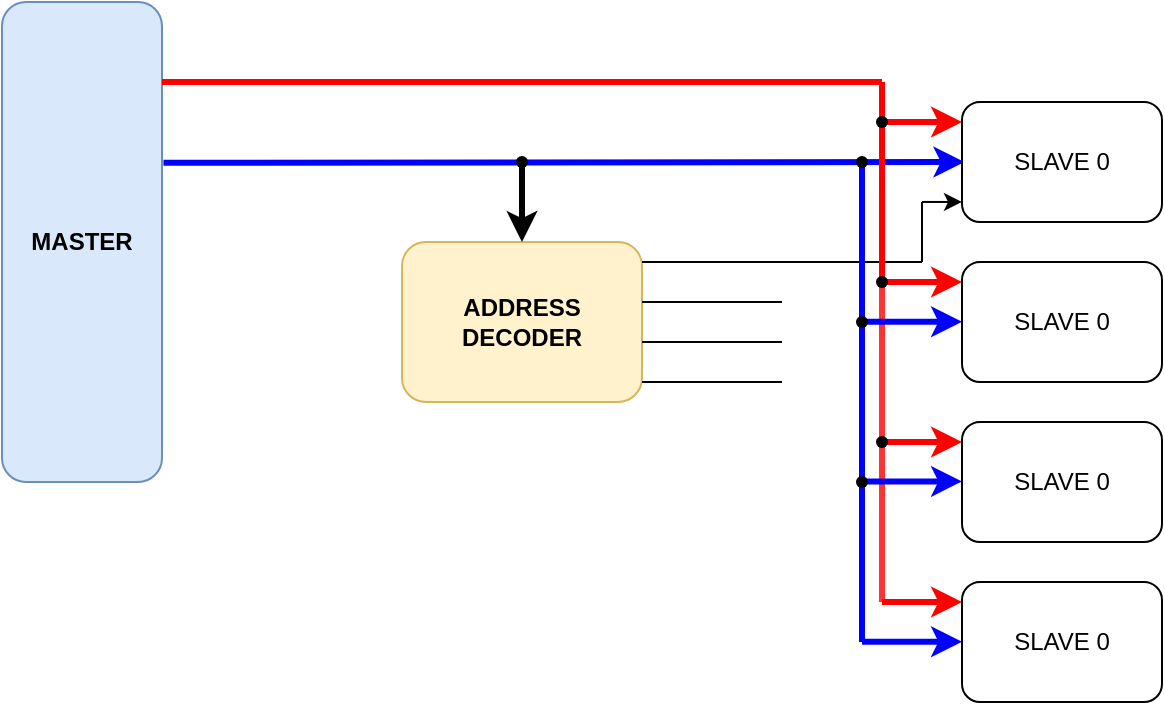
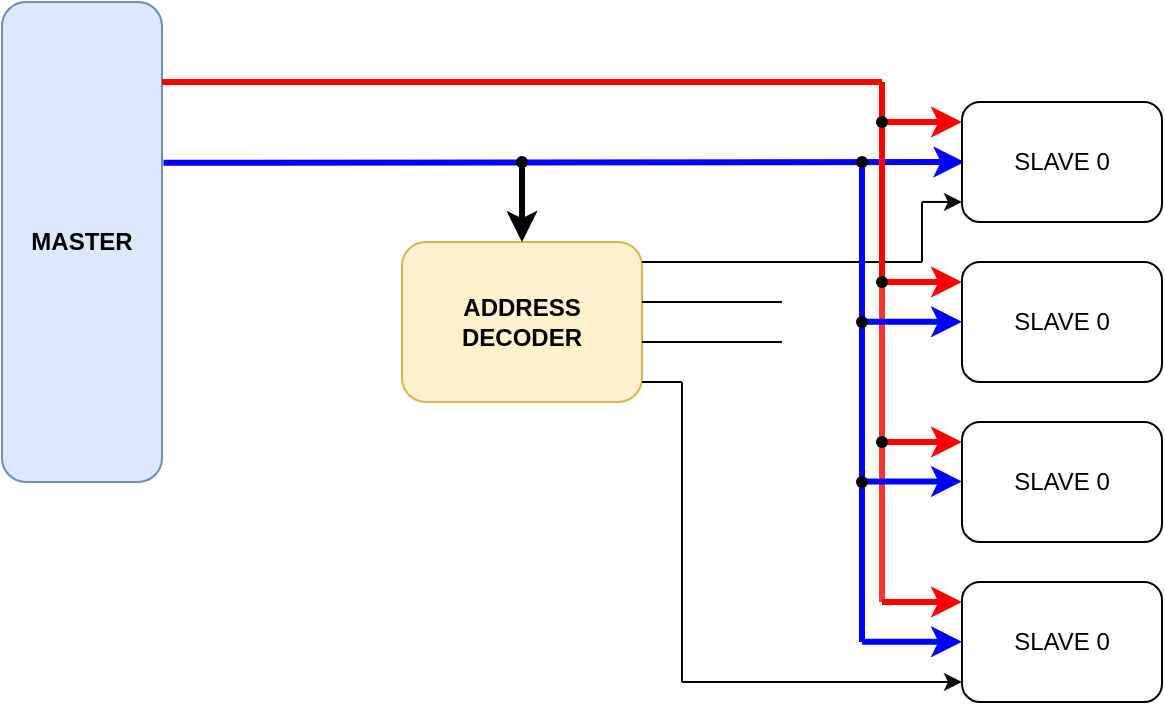
<mxfile host="app.diagrams.net" agent="Mozilla/5.0 (Windows NT 10.0; Win64; x64) AppleWebKit/537.36 (KHTML, like Gecko) Chrome/144.0.0.0 Safari/537.36 Edg/144.0.0.0" pages="4">
  <diagram id="00dOMP4ly3Yvcw6Omt_P" name="AHB Block Diagram">
-     <mxGraphModel dx="212" dy="307" grid="1" gridSize="10" guides="1" tooltips="1" connect="1" arrows="1" fold="1" page="1" pageScale="1" pageWidth="850" pageHeight="1100" math="0" shadow="0">
+     <mxGraphModel dx="255" dy="368" grid="1" gridSize="10" guides="1" tooltips="1" connect="1" arrows="1" fold="1" page="1" pageScale="1" pageWidth="850" pageHeight="1100" math="0" shadow="0">
      <root>
        <mxCell id="0" />
        <mxCell id="1" parent="0" />
        <mxCell id="WVtcaOnAu4kVJNJomXHp-1" parent="1" style="rounded=1;whiteSpace=wrap;html=1;fillColor=#dae8fc;strokeColor=#6c8ebf;" value="&lt;b&gt;MASTER&lt;/b&gt;" vertex="1">
          <mxGeometry height="240" width="80" x="80" y="160" as="geometry" />
        </mxCell>
        <mxCell id="WVtcaOnAu4kVJNJomXHp-3" parent="1" style="rounded=1;whiteSpace=wrap;html=1;fillColor=#fff2cc;strokeColor=#d6b656;" value="&lt;b&gt;ADDRESS DECODER&lt;/b&gt;" vertex="1">
          <mxGeometry height="80" width="120" x="280" y="280" as="geometry" />
        </mxCell>
        <mxCell id="WVtcaOnAu4kVJNJomXHp-4" edge="1" parent="1" source="WVtcaOnAu4kVJNJomXHp-1" style="endArrow=classic;html=1;rounded=0;exitX=1.009;exitY=0.335;exitDx=0;exitDy=0;exitPerimeter=0;strokeWidth=3;strokeColor=#0000FF;" value="">
          <mxGeometry height="50" relative="1" width="50" as="geometry">
            <mxPoint x="170" y="240" as="sourcePoint" />
            <mxPoint x="561.2" y="240" as="targetPoint" />
          </mxGeometry>
        </mxCell>
        <mxCell id="WVtcaOnAu4kVJNJomXHp-5" edge="1" parent="1" source="WVtcaOnAu4kVJNJomXHp-6" style="endArrow=classic;html=1;rounded=0;entryX=0.5;entryY=0;entryDx=0;entryDy=0;strokeWidth=3;" target="WVtcaOnAu4kVJNJomXHp-3" value="">
          <mxGeometry height="50" relative="1" width="50" as="geometry">
            <mxPoint x="340" y="240" as="sourcePoint" />
            <mxPoint x="390" y="190" as="targetPoint" />
          </mxGeometry>
        </mxCell>
        <mxCell id="WVtcaOnAu4kVJNJomXHp-6" parent="1" style="shape=waypoint;sketch=0;fillStyle=solid;size=6;pointerEvents=1;points=[];fillColor=none;resizable=0;rotatable=0;perimeter=centerPerimeter;snapToPoint=1;" value="" vertex="1">
          <mxGeometry height="20" width="20" x="330" y="230" as="geometry" />
        </mxCell>
        <mxCell id="WVtcaOnAu4kVJNJomXHp-7" parent="1" style="rounded=1;whiteSpace=wrap;html=1;" value="SLAVE 0" vertex="1">
          <mxGeometry height="60" width="100" x="560" y="210" as="geometry" />
        </mxCell>
        <mxCell id="WVtcaOnAu4kVJNJomXHp-8" parent="1" style="rounded=1;whiteSpace=wrap;html=1;" value="SLAVE 0" vertex="1">
          <mxGeometry height="60" width="100" x="560" y="290" as="geometry" />
        </mxCell>
        <mxCell id="WVtcaOnAu4kVJNJomXHp-9" parent="1" style="rounded=1;whiteSpace=wrap;html=1;" value="SLAVE 0" vertex="1">
          <mxGeometry height="60" width="100" x="560" y="370" as="geometry" />
        </mxCell>
        <mxCell id="WVtcaOnAu4kVJNJomXHp-10" parent="1" style="rounded=1;whiteSpace=wrap;html=1;" value="SLAVE 0" vertex="1">
          <mxGeometry height="60" width="100" x="560" y="450" as="geometry" />
        </mxCell>
        <mxCell id="WVtcaOnAu4kVJNJomXHp-11" edge="1" parent="1" source="WVtcaOnAu4kVJNJomXHp-3" style="endArrow=none;html=1;rounded=0;exitX=1;exitY=0.125;exitDx=0;exitDy=0;exitPerimeter=0;" value="">
          <mxGeometry height="50" relative="1" width="50" as="geometry">
            <mxPoint x="410" y="290" as="sourcePoint" />
            <mxPoint x="540" y="290" as="targetPoint" />
          </mxGeometry>
        </mxCell>
        <mxCell id="WVtcaOnAu4kVJNJomXHp-12" edge="1" parent="1" style="endArrow=none;html=1;rounded=0;" value="">
          <mxGeometry height="50" relative="1" width="50" as="geometry">
            <mxPoint x="540" y="290" as="sourcePoint" />
            <mxPoint x="540" y="260" as="targetPoint" />
          </mxGeometry>
        </mxCell>
        <mxCell id="WVtcaOnAu4kVJNJomXHp-13" edge="1" parent="1" style="endArrow=classic;html=1;rounded=0;entryX=0;entryY=0.833;entryDx=0;entryDy=0;entryPerimeter=0;" target="WVtcaOnAu4kVJNJomXHp-7" value="">
          <mxGeometry height="50" relative="1" width="50" as="geometry">
            <mxPoint x="540" y="259.98" as="sourcePoint" />
            <mxPoint x="540" y="260" as="targetPoint" />
          </mxGeometry>
        </mxCell>
        <mxCell id="WVtcaOnAu4kVJNJomXHp-18" edge="1" parent="1" style="endArrow=none;html=1;rounded=0;strokeWidth=3;strokeColor=#FF0000;" value="">
          <mxGeometry height="50" relative="1" width="50" as="geometry">
            <mxPoint x="160" y="200" as="sourcePoint" />
            <mxPoint x="520" y="200" as="targetPoint" />
          </mxGeometry>
        </mxCell>
        <mxCell id="WVtcaOnAu4kVJNJomXHp-19" edge="1" parent="1" source="WVtcaOnAu4kVJNJomXHp-25" style="endArrow=none;html=1;rounded=0;strokeWidth=3;strokeColor=#FF0000;" value="">
          <mxGeometry height="50" relative="1" width="50" as="geometry">
            <mxPoint x="520" y="380" as="sourcePoint" />
            <mxPoint x="520" y="200" as="targetPoint" />
          </mxGeometry>
        </mxCell>
        <mxCell id="WVtcaOnAu4kVJNJomXHp-20" edge="1" parent="1" style="endArrow=classic;html=1;rounded=0;entryX=0;entryY=0.167;entryDx=0;entryDy=0;entryPerimeter=0;strokeWidth=3;strokeColor=#FF0000;" target="WVtcaOnAu4kVJNJomXHp-7" value="">
          <mxGeometry height="50" relative="1" width="50" as="geometry">
            <mxPoint x="520" y="220" as="sourcePoint" />
            <mxPoint x="570" y="170" as="targetPoint" />
          </mxGeometry>
        </mxCell>
        <mxCell id="WVtcaOnAu4kVJNJomXHp-22" edge="1" parent="1" style="endArrow=classic;html=1;rounded=0;entryX=0;entryY=0.167;entryDx=0;entryDy=0;entryPerimeter=0;strokeWidth=3;strokeColor=#FF0000;" value="">
          <mxGeometry height="50" relative="1" width="50" as="geometry">
            <mxPoint x="520" y="300" as="sourcePoint" />
            <mxPoint x="560" y="300" as="targetPoint" />
          </mxGeometry>
        </mxCell>
        <mxCell id="WVtcaOnAu4kVJNJomXHp-23" parent="1" style="shape=waypoint;sketch=0;fillStyle=solid;size=6;pointerEvents=1;points=[];fillColor=none;resizable=0;rotatable=0;perimeter=centerPerimeter;snapToPoint=1;" value="" vertex="1">
          <mxGeometry height="20" width="20" x="510" y="210" as="geometry" />
        </mxCell>
        <mxCell id="WVtcaOnAu4kVJNJomXHp-24" edge="1" parent="1" style="endArrow=classic;html=1;rounded=0;entryX=0;entryY=0.167;entryDx=0;entryDy=0;entryPerimeter=0;strokeWidth=3;strokeColor=#FF0000;" value="">
          <mxGeometry height="50" relative="1" width="50" as="geometry">
            <mxPoint x="520" y="380" as="sourcePoint" />
            <mxPoint x="560" y="380" as="targetPoint" />
          </mxGeometry>
        </mxCell>
        <mxCell id="WVtcaOnAu4kVJNJomXHp-26" edge="1" parent="1" style="endArrow=none;html=1;rounded=0;strokeWidth=3;strokeColor=#FF3333;" target="WVtcaOnAu4kVJNJomXHp-25" value="">
          <mxGeometry height="50" relative="1" width="50" as="geometry">
            <mxPoint x="520" y="460" as="sourcePoint" />
            <mxPoint x="520" y="200" as="targetPoint" />
          </mxGeometry>
        </mxCell>
        <mxCell id="WVtcaOnAu4kVJNJomXHp-25" parent="1" style="shape=waypoint;sketch=0;fillStyle=solid;size=6;pointerEvents=1;points=[];fillColor=none;resizable=0;rotatable=0;perimeter=centerPerimeter;snapToPoint=1;" value="" vertex="1">
          <mxGeometry height="20" width="20" x="510" y="290" as="geometry" />
        </mxCell>
        <mxCell id="WVtcaOnAu4kVJNJomXHp-27" edge="1" parent="1" style="endArrow=none;html=1;rounded=0;strokeWidth=3;strokeColor=#0000FF;" target="WVtcaOnAu4kVJNJomXHp-30" value="">
          <mxGeometry height="50" relative="1" width="50" as="geometry">
            <mxPoint x="510" y="480" as="sourcePoint" />
            <mxPoint x="510" y="240" as="targetPoint" />
          </mxGeometry>
        </mxCell>
        <mxCell id="WVtcaOnAu4kVJNJomXHp-28" edge="1" parent="1" style="endArrow=classic;html=1;rounded=0;entryX=0;entryY=0.167;entryDx=0;entryDy=0;entryPerimeter=0;strokeWidth=3;strokeColor=#0000FF;" value="">
          <mxGeometry height="50" relative="1" width="50" as="geometry">
            <mxPoint x="510" y="399.72" as="sourcePoint" />
            <mxPoint x="560" y="399.72" as="targetPoint" />
          </mxGeometry>
        </mxCell>
        <mxCell id="WVtcaOnAu4kVJNJomXHp-29" edge="1" parent="1" style="endArrow=classic;html=1;rounded=0;entryX=0;entryY=0.167;entryDx=0;entryDy=0;entryPerimeter=0;strokeWidth=3;strokeColor=#0000FF;" value="">
          <mxGeometry height="50" relative="1" width="50" as="geometry">
            <mxPoint x="510" y="319.86" as="sourcePoint" />
            <mxPoint x="560" y="319.86" as="targetPoint" />
          </mxGeometry>
        </mxCell>
        <mxCell id="WVtcaOnAu4kVJNJomXHp-30" parent="1" style="shape=waypoint;sketch=0;fillStyle=solid;size=6;pointerEvents=1;points=[];fillColor=none;resizable=0;rotatable=0;perimeter=centerPerimeter;snapToPoint=1;" value="" vertex="1">
          <mxGeometry height="20" width="20" x="500.0000000000001" y="230" as="geometry" />
        </mxCell>
        <mxCell id="WVtcaOnAu4kVJNJomXHp-31" parent="1" style="shape=waypoint;sketch=0;fillStyle=solid;size=6;pointerEvents=1;points=[];fillColor=none;resizable=0;rotatable=0;perimeter=centerPerimeter;snapToPoint=1;" value="" vertex="1">
          <mxGeometry height="20" width="20" x="500" y="310" as="geometry" />
        </mxCell>
        <mxCell id="WVtcaOnAu4kVJNJomXHp-32" edge="1" parent="1" style="endArrow=classic;html=1;rounded=0;entryX=0;entryY=0.167;entryDx=0;entryDy=0;entryPerimeter=0;strokeWidth=3;strokeColor=#FF0000;" value="">
          <mxGeometry height="50" relative="1" width="50" as="geometry">
            <mxPoint x="520" y="460" as="sourcePoint" />
            <mxPoint x="560" y="460" as="targetPoint" />
          </mxGeometry>
        </mxCell>
        <mxCell id="WVtcaOnAu4kVJNJomXHp-33" edge="1" parent="1" style="endArrow=classic;html=1;rounded=0;entryX=0;entryY=0.167;entryDx=0;entryDy=0;entryPerimeter=0;strokeWidth=3;strokeColor=#0000FF;" value="">
          <mxGeometry height="50" relative="1" width="50" as="geometry">
            <mxPoint x="510" y="479.88" as="sourcePoint" />
            <mxPoint x="560" y="479.88" as="targetPoint" />
          </mxGeometry>
        </mxCell>
        <mxCell id="WVtcaOnAu4kVJNJomXHp-34" parent="1" style="shape=waypoint;sketch=0;fillStyle=solid;size=6;pointerEvents=1;points=[];fillColor=none;resizable=0;rotatable=0;perimeter=centerPerimeter;snapToPoint=1;" value="" vertex="1">
          <mxGeometry height="20" width="20" x="510" y="370" as="geometry" />
        </mxCell>
        <mxCell id="WVtcaOnAu4kVJNJomXHp-35" parent="1" style="shape=waypoint;sketch=0;fillStyle=solid;size=6;pointerEvents=1;points=[];fillColor=none;resizable=0;rotatable=0;perimeter=centerPerimeter;snapToPoint=1;" value="" vertex="1">
          <mxGeometry height="20" width="20" x="500" y="390" as="geometry" />
        </mxCell>
        <mxCell id="WVtcaOnAu4kVJNJomXHp-38" edge="1" parent="1" style="endArrow=none;html=1;rounded=0;" value="">
          <mxGeometry height="50" relative="1" width="50" as="geometry">
            <mxPoint x="400" y="310" as="sourcePoint" />
            <mxPoint x="470" y="310" as="targetPoint" />
          </mxGeometry>
        </mxCell>
        <mxCell id="WVtcaOnAu4kVJNJomXHp-39" edge="1" parent="1" style="endArrow=none;html=1;rounded=0;" value="">
          <mxGeometry height="50" relative="1" width="50" as="geometry">
            <mxPoint x="400" y="330" as="sourcePoint" />
            <mxPoint x="470" y="330" as="targetPoint" />
          </mxGeometry>
        </mxCell>
        <mxCell id="WVtcaOnAu4kVJNJomXHp-40" edge="1" parent="1" style="endArrow=none;html=1;rounded=0;" value="">
          <mxGeometry height="50" relative="1" width="50" as="geometry">
            <mxPoint x="400" y="350" as="sourcePoint" />
-             <mxPoint x="470" y="350" as="targetPoint" />
+             <mxPoint x="420" y="350" as="targetPoint" />
+           </mxGeometry>
+         </mxCell>
+         <mxCell id="WVtcaOnAu4kVJNJomXHp-41" edge="1" parent="1" style="endArrow=none;html=1;rounded=0;" value="">
+           <mxGeometry height="50" relative="1" width="50" as="geometry">
+             <mxPoint x="420" y="500" as="sourcePoint" />
+             <mxPoint x="420" y="350" as="targetPoint" />
+           </mxGeometry>
+         </mxCell>
+         <mxCell id="WVtcaOnAu4kVJNJomXHp-42" edge="1" parent="1" style="endArrow=classic;html=1;rounded=0;entryX=0;entryY=0.833;entryDx=0;entryDy=0;entryPerimeter=0;" target="WVtcaOnAu4kVJNJomXHp-10" value="">
+           <mxGeometry height="50" relative="1" width="50" as="geometry">
+             <mxPoint x="420" y="500" as="sourcePoint" />
+             <mxPoint x="470" y="450" as="targetPoint" />
          </mxGeometry>
        </mxCell>
      </root>
    </mxGraphModel>
  </diagram>
  <diagram name="AHB Interface" id="AxdGKtdG9Rmgfqjtrl1U">
    <mxGraphModel dx="2046" dy="1106" grid="1" gridSize="10" guides="1" tooltips="1" connect="1" arrows="1" fold="1" page="1" pageScale="1" pageWidth="850" pageHeight="1100" math="0" shadow="0">
      <root>
        <mxCell id="0" />
        <mxCell id="1" parent="0" />
        <mxCell id="BZ9neWvH9tw47nREzwFn-1" parent="1" style="rounded=0;whiteSpace=wrap;html=1;" value="&lt;font style=&quot;font-size: 16px;&quot;&gt;&lt;b&gt;Manager&lt;/b&gt;&lt;/font&gt;" vertex="1">
          <mxGeometry height="200" width="120" x="400" y="80" as="geometry" />
        </mxCell>
        <mxCell id="BZ9neWvH9tw47nREzwFn-2" edge="1" parent="1" style="endArrow=classic;html=1;rounded=0;" value="">
          <mxGeometry height="50" relative="1" width="50" as="geometry">
            <mxPoint x="360" y="100" as="sourcePoint" />
            <mxPoint x="400" y="100" as="targetPoint" />
          </mxGeometry>
        </mxCell>
        <mxCell id="BZ9neWvH9tw47nREzwFn-3" edge="1" parent="1" style="endArrow=classic;html=1;rounded=0;" value="">
          <mxGeometry height="50" relative="1" width="50" as="geometry">
            <mxPoint x="360" y="120" as="sourcePoint" />
            <mxPoint x="400" y="120" as="targetPoint" />
          </mxGeometry>
        </mxCell>
        <mxCell id="BZ9neWvH9tw47nREzwFn-4" parent="1" style="text;html=1;whiteSpace=wrap;strokeColor=none;fillColor=none;align=center;verticalAlign=middle;rounded=0;fontStyle=1" value="HCLK" vertex="1">
          <mxGeometry height="20" width="40" x="320" y="90" as="geometry" />
        </mxCell>
        <mxCell id="BZ9neWvH9tw47nREzwFn-5" parent="1" style="text;html=1;whiteSpace=wrap;strokeColor=none;fillColor=none;align=center;verticalAlign=middle;rounded=0;fontStyle=1" value="HRESETn" vertex="1">
          <mxGeometry height="20" width="60" x="300" y="110" as="geometry" />
        </mxCell>
        <mxCell id="BZ9neWvH9tw47nREzwFn-6" parent="1" style="text;html=1;whiteSpace=wrap;strokeColor=none;fillColor=none;align=center;verticalAlign=middle;rounded=0;fontStyle=1" value="HREADY" vertex="1">
          <mxGeometry height="20" width="60" x="300" y="150" as="geometry" />
        </mxCell>
        <mxCell id="BZ9neWvH9tw47nREzwFn-7" edge="1" parent="1" style="endArrow=classic;html=1;rounded=0;" value="">
          <mxGeometry height="50" relative="1" width="50" as="geometry">
            <mxPoint x="360" y="160" as="sourcePoint" />
            <mxPoint x="400" y="160" as="targetPoint" />
          </mxGeometry>
        </mxCell>
        <mxCell id="BZ9neWvH9tw47nREzwFn-8" edge="1" parent="1" style="endArrow=classic;html=1;rounded=0;" value="">
          <mxGeometry height="50" relative="1" width="50" as="geometry">
            <mxPoint x="360" y="180" as="sourcePoint" />
            <mxPoint x="400" y="180" as="targetPoint" />
          </mxGeometry>
        </mxCell>
        <mxCell id="BZ9neWvH9tw47nREzwFn-9" parent="1" style="text;html=1;whiteSpace=wrap;strokeColor=none;fillColor=none;align=center;verticalAlign=middle;rounded=0;fontStyle=1" value="HSELx" vertex="1">
          <mxGeometry height="20" width="60" x="310" y="430" as="geometry" />
        </mxCell>
        <mxCell id="BZ9neWvH9tw47nREzwFn-10" edge="1" parent="1" style="endArrow=classic;html=1;rounded=0;" value="">
          <mxGeometry height="50" relative="1" width="50" as="geometry">
            <mxPoint x="360" y="260" as="sourcePoint" />
            <mxPoint x="400" y="260" as="targetPoint" />
          </mxGeometry>
        </mxCell>
        <mxCell id="BZ9neWvH9tw47nREzwFn-11" parent="1" style="text;html=1;whiteSpace=wrap;strokeColor=none;fillColor=none;align=center;verticalAlign=middle;rounded=0;fontStyle=1" value="HRDATA[31:0]" vertex="1">
          <mxGeometry height="20" width="90" x="270" y="250" as="geometry" />
        </mxCell>
        <mxCell id="BZ9neWvH9tw47nREzwFn-12" edge="1" parent="1" style="endArrow=classic;html=1;rounded=0;" value="">
          <mxGeometry height="50" relative="1" width="50" as="geometry">
            <mxPoint x="520" y="99.83" as="sourcePoint" />
            <mxPoint x="560" y="99.83" as="targetPoint" />
          </mxGeometry>
        </mxCell>
        <mxCell id="BZ9neWvH9tw47nREzwFn-13" edge="1" parent="1" style="endArrow=classic;html=1;rounded=0;" value="">
          <mxGeometry height="50" relative="1" width="50" as="geometry">
            <mxPoint x="520" y="119.83" as="sourcePoint" />
            <mxPoint x="560" y="119.83" as="targetPoint" />
          </mxGeometry>
        </mxCell>
        <mxCell id="BZ9neWvH9tw47nREzwFn-14" edge="1" parent="1" style="endArrow=classic;html=1;rounded=0;" value="">
          <mxGeometry height="50" relative="1" width="50" as="geometry">
            <mxPoint x="520" y="159.83" as="sourcePoint" />
            <mxPoint x="560" y="159.83" as="targetPoint" />
          </mxGeometry>
        </mxCell>
        <mxCell id="BZ9neWvH9tw47nREzwFn-15" edge="1" parent="1" style="endArrow=classic;html=1;rounded=0;" value="">
          <mxGeometry height="50" relative="1" width="50" as="geometry">
            <mxPoint x="520" y="140" as="sourcePoint" />
            <mxPoint x="560" y="140" as="targetPoint" />
          </mxGeometry>
        </mxCell>
        <mxCell id="BZ9neWvH9tw47nREzwFn-16" edge="1" parent="1" style="endArrow=classic;html=1;rounded=0;" value="">
          <mxGeometry height="50" relative="1" width="50" as="geometry">
            <mxPoint x="520" y="179.83" as="sourcePoint" />
            <mxPoint x="560" y="179.83" as="targetPoint" />
          </mxGeometry>
        </mxCell>
        <mxCell id="BZ9neWvH9tw47nREzwFn-17" edge="1" parent="1" style="endArrow=classic;html=1;rounded=0;" value="">
          <mxGeometry height="50" relative="1" width="50" as="geometry">
            <mxPoint x="520" y="200" as="sourcePoint" />
            <mxPoint x="560" y="200" as="targetPoint" />
          </mxGeometry>
        </mxCell>
        <mxCell id="BZ9neWvH9tw47nREzwFn-18" parent="1" style="text;html=1;whiteSpace=wrap;strokeColor=none;fillColor=none;align=center;verticalAlign=middle;rounded=0;fontStyle=1" value="HADDR[31:0]" vertex="1">
          <mxGeometry height="20" width="80" x="560" y="90" as="geometry" />
        </mxCell>
        <mxCell id="BZ9neWvH9tw47nREzwFn-19" parent="1" style="text;html=1;whiteSpace=wrap;strokeColor=none;fillColor=none;align=center;verticalAlign=middle;rounded=0;fontStyle=1" value="HWRITE" vertex="1">
          <mxGeometry height="20" width="60" x="560" y="110" as="geometry" />
        </mxCell>
        <mxCell id="BZ9neWvH9tw47nREzwFn-20" parent="1" style="text;html=1;whiteSpace=wrap;strokeColor=none;fillColor=none;align=center;verticalAlign=middle;rounded=0;fontStyle=1" value="HSIZE[2:0]" vertex="1">
          <mxGeometry height="20" width="70" x="560" y="130" as="geometry" />
        </mxCell>
        <mxCell id="BZ9neWvH9tw47nREzwFn-21" parent="1" style="text;html=1;whiteSpace=wrap;strokeColor=none;fillColor=none;align=center;verticalAlign=middle;rounded=0;fontStyle=1" value="HBURST[2:0]" vertex="1">
          <mxGeometry height="20" width="80" x="560" y="150" as="geometry" />
        </mxCell>
        <mxCell id="BZ9neWvH9tw47nREzwFn-22" parent="1" style="text;html=1;whiteSpace=wrap;strokeColor=none;fillColor=none;align=center;verticalAlign=middle;rounded=0;fontStyle=1" value="HPROT[3:0]" vertex="1">
          <mxGeometry height="20" width="80" x="560" y="170" as="geometry" />
        </mxCell>
        <mxCell id="BZ9neWvH9tw47nREzwFn-23" parent="1" style="text;html=1;whiteSpace=wrap;strokeColor=none;fillColor=none;align=center;verticalAlign=middle;rounded=0;fontStyle=1" value="HTRANS[1:0]" vertex="1">
          <mxGeometry height="20" width="80" x="560" y="190" as="geometry" />
        </mxCell>
        <mxCell id="BZ9neWvH9tw47nREzwFn-24" edge="1" parent="1" style="endArrow=classic;html=1;rounded=0;" value="">
          <mxGeometry height="50" relative="1" width="50" as="geometry">
            <mxPoint x="520" y="220" as="sourcePoint" />
            <mxPoint x="560" y="220" as="targetPoint" />
          </mxGeometry>
        </mxCell>
        <mxCell id="BZ9neWvH9tw47nREzwFn-25" parent="1" style="text;html=1;whiteSpace=wrap;strokeColor=none;fillColor=none;align=center;verticalAlign=middle;rounded=0;fontStyle=1" value="HMASTLOCK" vertex="1">
          <mxGeometry height="20" width="80" x="560" y="210" as="geometry" />
        </mxCell>
        <mxCell id="BZ9neWvH9tw47nREzwFn-26" edge="1" parent="1" style="endArrow=classic;html=1;rounded=0;" value="">
          <mxGeometry height="50" relative="1" width="50" as="geometry">
            <mxPoint x="520" y="259.8" as="sourcePoint" />
            <mxPoint x="560" y="259.8" as="targetPoint" />
          </mxGeometry>
        </mxCell>
        <mxCell id="BZ9neWvH9tw47nREzwFn-30" parent="1" style="text;html=1;whiteSpace=wrap;strokeColor=none;fillColor=none;align=center;verticalAlign=middle;rounded=0;fontStyle=1" value="HWDATA[31:0]" vertex="1">
          <mxGeometry height="20" width="95" x="555" y="250" as="geometry" />
        </mxCell>
        <mxCell id="BZ9neWvH9tw47nREzwFn-31" parent="1" style="rounded=0;whiteSpace=wrap;html=1;" value="&lt;font style=&quot;font-size: 16px;&quot;&gt;&lt;b&gt;Slave&lt;/b&gt;&lt;/font&gt;" vertex="1">
          <mxGeometry height="320" width="120" x="400" y="360" as="geometry" />
        </mxCell>
        <mxCell id="BZ9neWvH9tw47nREzwFn-32" edge="1" parent="1" style="endArrow=classic;html=1;rounded=0;" value="">
          <mxGeometry height="50" relative="1" width="50" as="geometry">
            <mxPoint x="360" y="489.83" as="sourcePoint" />
            <mxPoint x="400" y="489.83" as="targetPoint" />
          </mxGeometry>
        </mxCell>
        <mxCell id="BZ9neWvH9tw47nREzwFn-33" edge="1" parent="1" style="endArrow=classic;html=1;rounded=0;" value="">
          <mxGeometry height="50" relative="1" width="50" as="geometry">
            <mxPoint x="360" y="509.83" as="sourcePoint" />
            <mxPoint x="400" y="509.83" as="targetPoint" />
          </mxGeometry>
        </mxCell>
        <mxCell id="BZ9neWvH9tw47nREzwFn-34" edge="1" parent="1" style="endArrow=classic;html=1;rounded=0;" value="">
          <mxGeometry height="50" relative="1" width="50" as="geometry">
            <mxPoint x="360" y="549.83" as="sourcePoint" />
            <mxPoint x="400" y="549.83" as="targetPoint" />
          </mxGeometry>
        </mxCell>
        <mxCell id="BZ9neWvH9tw47nREzwFn-35" edge="1" parent="1" style="endArrow=classic;html=1;rounded=0;" value="">
          <mxGeometry height="50" relative="1" width="50" as="geometry">
            <mxPoint x="360" y="530" as="sourcePoint" />
            <mxPoint x="400" y="530" as="targetPoint" />
          </mxGeometry>
        </mxCell>
        <mxCell id="BZ9neWvH9tw47nREzwFn-36" edge="1" parent="1" style="endArrow=classic;html=1;rounded=0;" value="">
          <mxGeometry height="50" relative="1" width="50" as="geometry">
            <mxPoint x="360" y="569.83" as="sourcePoint" />
            <mxPoint x="400" y="569.83" as="targetPoint" />
          </mxGeometry>
        </mxCell>
        <mxCell id="BZ9neWvH9tw47nREzwFn-37" edge="1" parent="1" style="endArrow=classic;html=1;rounded=0;" value="">
          <mxGeometry height="50" relative="1" width="50" as="geometry">
            <mxPoint x="360" y="590" as="sourcePoint" />
            <mxPoint x="400" y="590" as="targetPoint" />
          </mxGeometry>
        </mxCell>
        <mxCell id="BZ9neWvH9tw47nREzwFn-38" parent="1" style="text;html=1;whiteSpace=wrap;strokeColor=none;fillColor=none;align=center;verticalAlign=middle;rounded=0;fontStyle=1" value="HADDR[31:0]" vertex="1">
          <mxGeometry height="20" width="80" x="275" y="480" as="geometry" />
        </mxCell>
        <mxCell id="BZ9neWvH9tw47nREzwFn-39" parent="1" style="text;html=1;whiteSpace=wrap;strokeColor=none;fillColor=none;align=center;verticalAlign=middle;rounded=0;fontStyle=1" value="HWRITE" vertex="1">
          <mxGeometry height="20" width="60" x="275" y="500" as="geometry" />
        </mxCell>
        <mxCell id="BZ9neWvH9tw47nREzwFn-40" parent="1" style="text;html=1;whiteSpace=wrap;strokeColor=none;fillColor=none;align=center;verticalAlign=middle;rounded=0;fontStyle=1" value="HSIZE[2:0]" vertex="1">
          <mxGeometry height="20" width="70" x="275" y="520" as="geometry" />
        </mxCell>
        <mxCell id="BZ9neWvH9tw47nREzwFn-41" parent="1" style="text;html=1;whiteSpace=wrap;strokeColor=none;fillColor=none;align=center;verticalAlign=middle;rounded=0;fontStyle=1" value="HBURST[2:0]" vertex="1">
          <mxGeometry height="20" width="80" x="275" y="540" as="geometry" />
        </mxCell>
        <mxCell id="BZ9neWvH9tw47nREzwFn-42" parent="1" style="text;html=1;whiteSpace=wrap;strokeColor=none;fillColor=none;align=center;verticalAlign=middle;rounded=0;fontStyle=1" value="HPROT[3:0]" vertex="1">
          <mxGeometry height="20" width="80" x="275" y="560" as="geometry" />
        </mxCell>
        <mxCell id="BZ9neWvH9tw47nREzwFn-43" parent="1" style="text;html=1;whiteSpace=wrap;strokeColor=none;fillColor=none;align=center;verticalAlign=middle;rounded=0;fontStyle=1" value="HTRANS[1:0]" vertex="1">
          <mxGeometry height="20" width="80" x="275" y="580" as="geometry" />
        </mxCell>
        <mxCell id="BZ9neWvH9tw47nREzwFn-44" edge="1" parent="1" style="endArrow=classic;html=1;rounded=0;" value="">
          <mxGeometry height="50" relative="1" width="50" as="geometry">
            <mxPoint x="360" y="610" as="sourcePoint" />
            <mxPoint x="400" y="610" as="targetPoint" />
          </mxGeometry>
        </mxCell>
        <mxCell id="BZ9neWvH9tw47nREzwFn-45" parent="1" style="text;html=1;whiteSpace=wrap;strokeColor=none;fillColor=none;align=center;verticalAlign=middle;rounded=0;fontStyle=1" value="HMASTLOCK" vertex="1">
          <mxGeometry height="20" width="80" x="275" y="600" as="geometry" />
        </mxCell>
        <mxCell id="BZ9neWvH9tw47nREzwFn-46" edge="1" parent="1" style="endArrow=classic;html=1;rounded=0;" value="">
          <mxGeometry height="50" relative="1" width="50" as="geometry">
            <mxPoint x="360" y="649.8" as="sourcePoint" />
            <mxPoint x="400" y="649.8" as="targetPoint" />
          </mxGeometry>
        </mxCell>
        <mxCell id="BZ9neWvH9tw47nREzwFn-47" parent="1" style="text;html=1;whiteSpace=wrap;strokeColor=none;fillColor=none;align=center;verticalAlign=middle;rounded=0;fontStyle=1" value="HWDATA[31:0]" vertex="1">
          <mxGeometry height="20" width="95" x="270" y="640" as="geometry" />
        </mxCell>
        <mxCell id="BZ9neWvH9tw47nREzwFn-49" edge="1" parent="1" style="endArrow=classic;html=1;rounded=0;" value="">
          <mxGeometry height="50" relative="1" width="50" as="geometry">
            <mxPoint x="360" y="380" as="sourcePoint" />
            <mxPoint x="400" y="380" as="targetPoint" />
          </mxGeometry>
        </mxCell>
        <mxCell id="BZ9neWvH9tw47nREzwFn-50" edge="1" parent="1" style="endArrow=classic;html=1;rounded=0;" value="">
          <mxGeometry height="50" relative="1" width="50" as="geometry">
            <mxPoint x="360" y="400" as="sourcePoint" />
            <mxPoint x="400" y="400" as="targetPoint" />
          </mxGeometry>
        </mxCell>
        <mxCell id="BZ9neWvH9tw47nREzwFn-51" edge="1" parent="1" style="endArrow=classic;html=1;rounded=0;" value="">
          <mxGeometry height="50" relative="1" width="50" as="geometry">
            <mxPoint x="360" y="440" as="sourcePoint" />
            <mxPoint x="400" y="440" as="targetPoint" />
          </mxGeometry>
        </mxCell>
        <mxCell id="BZ9neWvH9tw47nREzwFn-52" parent="1" style="text;html=1;whiteSpace=wrap;strokeColor=none;fillColor=none;align=center;verticalAlign=middle;rounded=0;fontStyle=1" value="HCLK" vertex="1">
          <mxGeometry height="20" width="40" x="320" y="370" as="geometry" />
        </mxCell>
        <mxCell id="BZ9neWvH9tw47nREzwFn-53" parent="1" style="text;html=1;whiteSpace=wrap;strokeColor=none;fillColor=none;align=center;verticalAlign=middle;rounded=0;fontStyle=1" value="HRESETn" vertex="1">
          <mxGeometry height="20" width="60" x="300" y="390" as="geometry" />
        </mxCell>
        <mxCell id="BZ9neWvH9tw47nREzwFn-54" parent="1" style="shape=curlyBracket;whiteSpace=wrap;html=1;rounded=1;labelPosition=left;verticalLabelPosition=middle;align=right;verticalAlign=middle;" value="" vertex="1">
          <mxGeometry height="35" width="20" x="230" y="90" as="geometry" />
        </mxCell>
        <mxCell id="BZ9neWvH9tw47nREzwFn-55" parent="1" style="text;html=1;whiteSpace=wrap;strokeColor=none;fillColor=none;align=center;verticalAlign=middle;rounded=0;fontStyle=1" value="HRESP" vertex="1">
          <mxGeometry height="20" width="60" x="300" y="170" as="geometry" />
        </mxCell>
        <mxCell id="BZ9neWvH9tw47nREzwFn-56" parent="1" style="shape=curlyBracket;whiteSpace=wrap;html=1;rounded=1;labelPosition=left;verticalLabelPosition=middle;align=right;verticalAlign=middle;" value="" vertex="1">
          <mxGeometry height="140" width="20" x="230" y="480" as="geometry" />
        </mxCell>
        <mxCell id="BZ9neWvH9tw47nREzwFn-57" parent="1" style="shape=curlyBracket;whiteSpace=wrap;html=1;rounded=1;labelPosition=left;verticalLabelPosition=middle;align=right;verticalAlign=middle;rotation=-180;" value="" vertex="1">
          <mxGeometry height="135" width="20" x="650" y="90" as="geometry" />
        </mxCell>
        <mxCell id="BZ9neWvH9tw47nREzwFn-58" parent="1" style="text;html=1;whiteSpace=wrap;strokeColor=none;fillColor=none;align=center;verticalAlign=middle;rounded=0;fontStyle=1" value="&lt;span style=&quot;font-weight: normal;&quot;&gt;Global signals&lt;/span&gt;" vertex="1">
          <mxGeometry height="20" width="90" x="140" y="97.5" as="geometry" />
        </mxCell>
        <mxCell id="BZ9neWvH9tw47nREzwFn-59" parent="1" style="text;html=1;whiteSpace=wrap;strokeColor=none;fillColor=none;align=center;verticalAlign=middle;rounded=0;fontStyle=1" value="&lt;span style=&quot;font-weight: normal;&quot;&gt;Transfer response&lt;/span&gt;" vertex="1">
          <mxGeometry height="20" width="60" x="170" y="157.5" as="geometry" />
        </mxCell>
        <mxCell id="BZ9neWvH9tw47nREzwFn-60" parent="1" style="text;html=1;whiteSpace=wrap;strokeColor=none;fillColor=none;align=center;verticalAlign=middle;rounded=0;fontStyle=1" value="&lt;span style=&quot;font-weight: normal;&quot;&gt;Data&lt;/span&gt;" vertex="1">
          <mxGeometry height="20" width="60" x="170" y="250" as="geometry" />
        </mxCell>
        <mxCell id="BZ9neWvH9tw47nREzwFn-61" parent="1" style="text;html=1;whiteSpace=wrap;strokeColor=none;fillColor=none;align=center;verticalAlign=middle;rounded=0;fontStyle=1" value="&lt;span style=&quot;font-weight: normal;&quot;&gt;Address and control signals&lt;/span&gt;" vertex="1">
          <mxGeometry height="37.5" width="90" x="670" y="140" as="geometry" />
        </mxCell>
        <mxCell id="BZ9neWvH9tw47nREzwFn-62" parent="1" style="shape=curlyBracket;whiteSpace=wrap;html=1;rounded=1;labelPosition=left;verticalLabelPosition=middle;align=right;verticalAlign=middle;" value="" vertex="1">
          <mxGeometry height="35" width="20" x="230" y="150" as="geometry" />
        </mxCell>
        <mxCell id="BZ9neWvH9tw47nREzwFn-63" parent="1" style="text;html=1;whiteSpace=wrap;strokeColor=none;fillColor=none;align=center;verticalAlign=middle;rounded=0;fontStyle=1" value="&lt;span style=&quot;font-weight: normal;&quot;&gt;Address and control signals&lt;/span&gt;" vertex="1">
          <mxGeometry height="37.5" width="90" x="140" y="531" as="geometry" />
        </mxCell>
        <mxCell id="BZ9neWvH9tw47nREzwFn-64" parent="1" style="shape=curlyBracket;whiteSpace=wrap;html=1;rounded=1;labelPosition=left;verticalLabelPosition=middle;align=right;verticalAlign=middle;" value="" vertex="1">
          <mxGeometry height="35" width="20" x="230" y="375" as="geometry" />
        </mxCell>
        <mxCell id="BZ9neWvH9tw47nREzwFn-65" parent="1" style="text;html=1;whiteSpace=wrap;strokeColor=none;fillColor=none;align=center;verticalAlign=middle;rounded=0;fontStyle=1" value="&lt;span style=&quot;font-weight: normal;&quot;&gt;Global signals&lt;/span&gt;" vertex="1">
          <mxGeometry height="20" width="90" x="140" y="382.5" as="geometry" />
        </mxCell>
        <mxCell id="BZ9neWvH9tw47nREzwFn-66" parent="1" style="text;html=1;whiteSpace=wrap;strokeColor=none;fillColor=none;align=center;verticalAlign=middle;rounded=0;fontStyle=1" value="&lt;span style=&quot;font-weight: normal;&quot;&gt;Data&lt;/span&gt;" vertex="1">
          <mxGeometry height="20" width="60" x="670" y="250" as="geometry" />
        </mxCell>
        <mxCell id="BZ9neWvH9tw47nREzwFn-67" edge="1" parent="1" style="endArrow=classic;html=1;rounded=0;" value="">
          <mxGeometry height="50" relative="1" width="50" as="geometry">
            <mxPoint x="520" y="490" as="sourcePoint" />
            <mxPoint x="560" y="490" as="targetPoint" />
          </mxGeometry>
        </mxCell>
        <mxCell id="BZ9neWvH9tw47nREzwFn-68" edge="1" parent="1" style="endArrow=classic;html=1;rounded=0;" value="">
          <mxGeometry height="50" relative="1" width="50" as="geometry">
            <mxPoint x="520" y="510" as="sourcePoint" />
            <mxPoint x="560" y="510" as="targetPoint" />
          </mxGeometry>
        </mxCell>
        <mxCell id="BZ9neWvH9tw47nREzwFn-69" parent="1" style="text;html=1;whiteSpace=wrap;strokeColor=none;fillColor=none;align=center;verticalAlign=middle;rounded=0;fontStyle=1" value="HREADY" vertex="1">
          <mxGeometry height="20" width="60" x="560" y="480" as="geometry" />
        </mxCell>
        <mxCell id="BZ9neWvH9tw47nREzwFn-70" parent="1" style="text;html=1;whiteSpace=wrap;strokeColor=none;fillColor=none;align=center;verticalAlign=middle;rounded=0;fontStyle=1" value="HRESP" vertex="1">
          <mxGeometry height="20" width="60" x="560" y="500" as="geometry" />
        </mxCell>
        <mxCell id="BZ9neWvH9tw47nREzwFn-71" edge="1" parent="1" style="endArrow=classic;html=1;rounded=0;" value="">
          <mxGeometry height="50" relative="1" width="50" as="geometry">
            <mxPoint x="520" y="649.6600000000001" as="sourcePoint" />
            <mxPoint x="560" y="649.6600000000001" as="targetPoint" />
          </mxGeometry>
        </mxCell>
        <mxCell id="BZ9neWvH9tw47nREzwFn-72" parent="1" style="text;html=1;whiteSpace=wrap;strokeColor=none;fillColor=none;align=center;verticalAlign=middle;rounded=0;fontStyle=1" value="HRDATA[31:0]" vertex="1">
          <mxGeometry height="20" width="90" x="560" y="640" as="geometry" />
        </mxCell>
        <mxCell id="BZ9neWvH9tw47nREzwFn-73" parent="1" style="text;html=1;whiteSpace=wrap;strokeColor=none;fillColor=none;align=center;verticalAlign=middle;rounded=0;fontStyle=1" value="&lt;span style=&quot;font-weight: normal;&quot;&gt;Data&lt;/span&gt;" vertex="1">
          <mxGeometry height="20" width="60" x="155" y="640" as="geometry" />
        </mxCell>
        <mxCell id="BZ9neWvH9tw47nREzwFn-74" parent="1" style="text;html=1;whiteSpace=wrap;strokeColor=none;fillColor=none;align=center;verticalAlign=middle;rounded=0;fontStyle=1" value="&lt;span style=&quot;font-weight: normal;&quot;&gt;Data&lt;/span&gt;" vertex="1">
          <mxGeometry height="20" width="50" x="675" y="640" as="geometry" />
        </mxCell>
        <mxCell id="BZ9neWvH9tw47nREzwFn-75" parent="1" style="text;html=1;whiteSpace=wrap;strokeColor=none;fillColor=none;align=center;verticalAlign=middle;rounded=0;fontStyle=1" value="&lt;span style=&quot;font-weight: normal;&quot;&gt;Transfer response&lt;/span&gt;" vertex="1">
          <mxGeometry height="20" width="60" x="670" y="487.5" as="geometry" />
        </mxCell>
        <mxCell id="BZ9neWvH9tw47nREzwFn-76" parent="1" style="shape=curlyBracket;whiteSpace=wrap;html=1;rounded=1;labelPosition=left;verticalLabelPosition=middle;align=right;verticalAlign=middle;rotation=-180;" value="" vertex="1">
          <mxGeometry height="35" width="20" x="640" y="480" as="geometry" />
        </mxCell>
        <mxCell id="BZ9neWvH9tw47nREzwFn-77" parent="1" style="text;html=1;whiteSpace=wrap;strokeColor=none;fillColor=none;align=center;verticalAlign=middle;rounded=0;fontStyle=1" value="&lt;span style=&quot;font-weight: normal;&quot;&gt;Select signal&lt;/span&gt;" vertex="1">
          <mxGeometry height="20" width="90" x="140" y="430" as="geometry" />
        </mxCell>
      </root>
    </mxGraphModel>
  </diagram>
  <diagram id="Hd4ECfvz_bm4RMetZK8C" name="Master Interface">
    <mxGraphModel dx="764" dy="1105" grid="1" gridSize="10" guides="1" tooltips="1" connect="1" arrows="1" fold="1" page="1" pageScale="1" pageWidth="850" pageHeight="1100" math="0" shadow="0">
      <root>
        <mxCell id="0" />
        <mxCell id="1" parent="0" />
      </root>
    </mxGraphModel>
  </diagram>
  <diagram id="AYzUWjTrgIps4r00h7mQ" name="Master FSM">
    <mxGraphModel dx="437" dy="631" grid="1" gridSize="10" guides="1" tooltips="1" connect="1" arrows="1" fold="1" page="1" pageScale="1" pageWidth="850" pageHeight="1100" math="0" shadow="0">
      <root>
        <mxCell id="0" />
        <mxCell id="1" parent="0" />
        <mxCell id="gUlQ52oibdo8bB1fHUDe-6" edge="1" parent="1" source="gUlQ52oibdo8bB1fHUDe-1" style="edgeStyle=orthogonalEdgeStyle;rounded=0;orthogonalLoop=1;jettySize=auto;html=1;exitX=1;exitY=0.5;exitDx=0;exitDy=0;entryX=0;entryY=0.5;entryDx=0;entryDy=0;" target="gUlQ52oibdo8bB1fHUDe-2">
          <mxGeometry relative="1" as="geometry" />
        </mxCell>
        <mxCell id="gUlQ52oibdo8bB1fHUDe-8" edge="1" parent="1" source="gUlQ52oibdo8bB1fHUDe-1" style="edgeStyle=orthogonalEdgeStyle;rounded=0;orthogonalLoop=1;jettySize=auto;html=1;entryX=0.5;entryY=0;entryDx=0;entryDy=0;" target="gUlQ52oibdo8bB1fHUDe-5">
          <mxGeometry relative="1" as="geometry" />
        </mxCell>
        <mxCell id="gUlQ52oibdo8bB1fHUDe-1" parent="1" style="ellipse;whiteSpace=wrap;html=1;" value="IDLE" vertex="1">
          <mxGeometry height="80" width="120" x="200" y="200" as="geometry" />
        </mxCell>
        <mxCell id="gUlQ52oibdo8bB1fHUDe-7" edge="1" parent="1" source="gUlQ52oibdo8bB1fHUDe-2" style="edgeStyle=orthogonalEdgeStyle;rounded=0;orthogonalLoop=1;jettySize=auto;html=1;entryX=0.5;entryY=0;entryDx=0;entryDy=0;" target="gUlQ52oibdo8bB1fHUDe-3">
          <mxGeometry relative="1" as="geometry" />
        </mxCell>
        <mxCell id="gUlQ52oibdo8bB1fHUDe-2" parent="1" style="ellipse;whiteSpace=wrap;html=1;" value="WR_ADDR_PHASE" vertex="1">
          <mxGeometry height="80" width="120" x="440" y="200" as="geometry" />
        </mxCell>
        <mxCell id="gUlQ52oibdo8bB1fHUDe-10" edge="1" parent="1" source="gUlQ52oibdo8bB1fHUDe-3" style="edgeStyle=orthogonalEdgeStyle;rounded=0;orthogonalLoop=1;jettySize=auto;html=1;entryX=0.5;entryY=0;entryDx=0;entryDy=0;" target="gUlQ52oibdo8bB1fHUDe-9">
          <mxGeometry relative="1" as="geometry" />
        </mxCell>
        <mxCell id="8WBKzOnGMAMBHIHuB8Qa-4" edge="1" parent="1" source="gUlQ52oibdo8bB1fHUDe-3" style="edgeStyle=orthogonalEdgeStyle;rounded=0;orthogonalLoop=1;jettySize=auto;html=1;entryX=1;entryY=0.5;entryDx=0;entryDy=0;" target="gUlQ52oibdo8bB1fHUDe-5">
          <mxGeometry relative="1" as="geometry" />
        </mxCell>
        <mxCell id="gUlQ52oibdo8bB1fHUDe-3" parent="1" style="ellipse;whiteSpace=wrap;html=1;" value="WR_DATA_PHASE" vertex="1">
          <mxGeometry height="80" width="120" x="440" y="360" as="geometry" />
        </mxCell>
        <mxCell id="gUlQ52oibdo8bB1fHUDe-11" edge="1" parent="1" source="gUlQ52oibdo8bB1fHUDe-4" style="edgeStyle=orthogonalEdgeStyle;rounded=0;orthogonalLoop=1;jettySize=auto;html=1;entryX=0;entryY=0.5;entryDx=0;entryDy=0;" target="gUlQ52oibdo8bB1fHUDe-9">
          <mxGeometry relative="1" as="geometry" />
        </mxCell>
        <mxCell id="8WBKzOnGMAMBHIHuB8Qa-6" edge="1" parent="1" source="gUlQ52oibdo8bB1fHUDe-4" style="edgeStyle=orthogonalEdgeStyle;rounded=0;orthogonalLoop=1;jettySize=auto;html=1;exitX=0;exitY=0.5;exitDx=0;exitDy=0;entryX=0;entryY=0.5;entryDx=0;entryDy=0;" target="gUlQ52oibdo8bB1fHUDe-1">
          <mxGeometry relative="1" as="geometry">
            <Array as="points">
              <mxPoint x="160.03" y="560.03" />
              <mxPoint x="160.03" y="240.03" />
            </Array>
          </mxGeometry>
        </mxCell>
        <mxCell id="gUlQ52oibdo8bB1fHUDe-4" parent="1" style="ellipse;whiteSpace=wrap;html=1;" value="RD_DATA_PHASE" vertex="1">
          <mxGeometry height="80" width="120" x="200" y="520" as="geometry" />
        </mxCell>
        <mxCell id="8WBKzOnGMAMBHIHuB8Qa-3" edge="1" parent="1" source="gUlQ52oibdo8bB1fHUDe-5" style="edgeStyle=orthogonalEdgeStyle;rounded=0;orthogonalLoop=1;jettySize=auto;html=1;" target="gUlQ52oibdo8bB1fHUDe-4" value="">
          <mxGeometry relative="1" as="geometry" />
        </mxCell>
        <mxCell id="gUlQ52oibdo8bB1fHUDe-5" parent="1" style="ellipse;whiteSpace=wrap;html=1;" value="RD_ADDR_PHASE" vertex="1">
          <mxGeometry height="80" width="120" x="200" y="360" as="geometry" />
        </mxCell>
        <mxCell id="gUlQ52oibdo8bB1fHUDe-9" parent="1" style="ellipse;whiteSpace=wrap;html=1;" value="WAIT_STATE" vertex="1">
          <mxGeometry height="80" width="120" x="440" y="520" as="geometry" />
        </mxCell>
        <mxCell id="8WBKzOnGMAMBHIHuB8Qa-1" edge="1" parent="1" source="gUlQ52oibdo8bB1fHUDe-5" style="endArrow=classic;html=1;rounded=0;entryX=0;entryY=0;entryDx=0;entryDy=0;exitX=1;exitY=1;exitDx=0;exitDy=0;" target="gUlQ52oibdo8bB1fHUDe-9" value="">
          <mxGeometry height="50" relative="1" width="50" as="geometry">
            <mxPoint x="350" y="490" as="sourcePoint" />
            <mxPoint x="400" y="440" as="targetPoint" />
          </mxGeometry>
        </mxCell>
        <mxCell id="8WBKzOnGMAMBHIHuB8Qa-5" edge="1" parent="1" source="gUlQ52oibdo8bB1fHUDe-3" style="endArrow=classic;html=1;rounded=0;exitX=0;exitY=0;exitDx=0;exitDy=0;entryX=1;entryY=1;entryDx=0;entryDy=0;" target="gUlQ52oibdo8bB1fHUDe-1" value="">
          <mxGeometry height="50" relative="1" width="50" as="geometry">
            <mxPoint x="370" y="340" as="sourcePoint" />
            <mxPoint x="420" y="290" as="targetPoint" />
          </mxGeometry>
        </mxCell>
      </root>
    </mxGraphModel>
  </diagram>
</mxfile>
